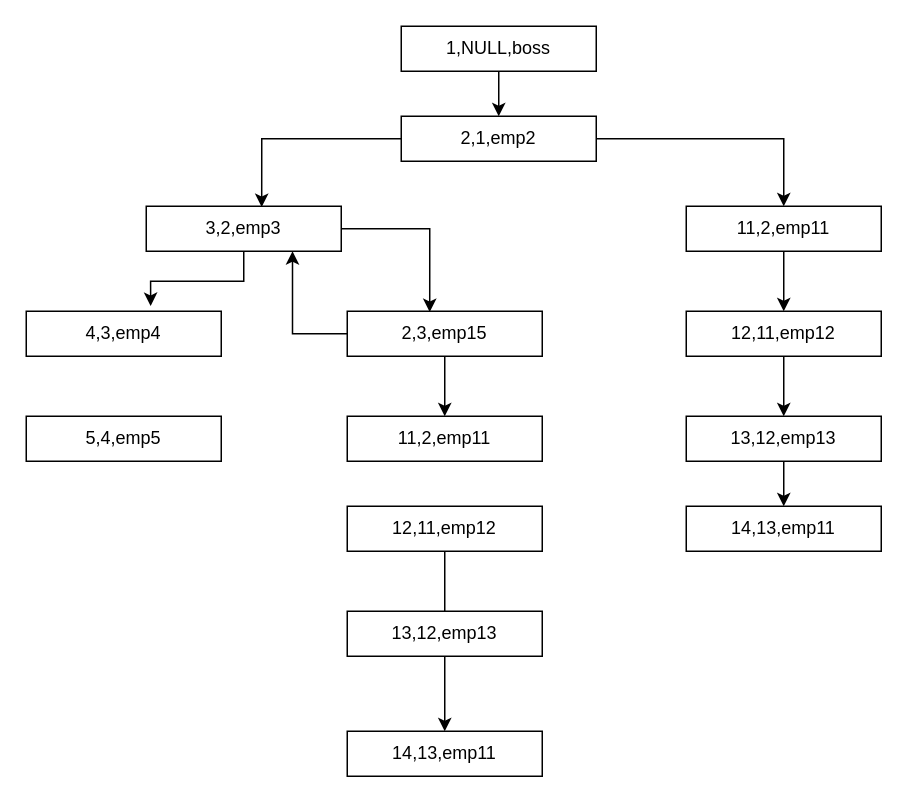
Earlier version of the draw.io diagram 未命名绘图.drawio (Heoric/data-structure). Source tidied: cells renumbered, new cells numbered last; positions are measured from the earlier drawing's top-left corner, leaving out a move shared by most shapes. Both pictures are drawn from the tidied source at 150%, with x=0, y=0 at pixel (26, 26).
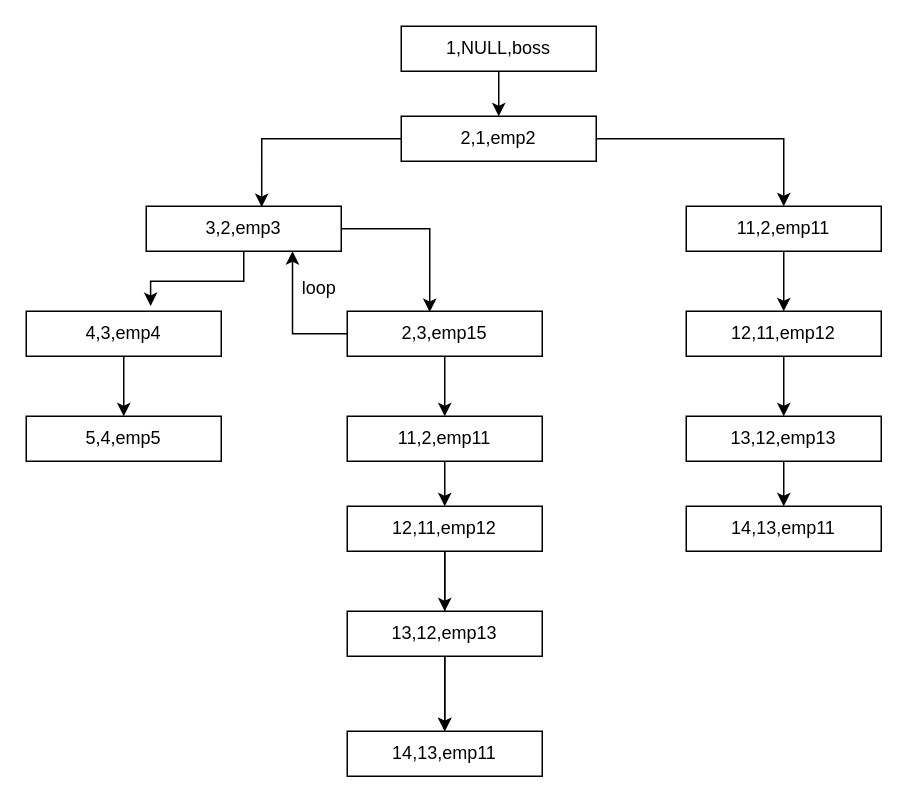
After the change.

Commit message (it also covers changes not shown here):
更新未命名绘图.drawio

Unchanged cells that the change refers to:
```xml
<mxCell id="15" value="4,3,emp4" style="rounded=0;whiteSpace=wrap;html=1;" parent="1" vertex="1">
  <mxGeometry y="190" width="130" height="30" as="geometry" />
</mxCell>
<mxCell id="16" value="5,4,emp5" style="rounded=0;whiteSpace=wrap;html=1;" parent="1" vertex="1">
  <mxGeometry y="260" width="130" height="30" as="geometry" />
</mxCell>
<mxCell id="23" value="11,2,emp11" style="rounded=0;whiteSpace=wrap;html=1;" parent="1" vertex="1">
  <mxGeometry x="214" y="260" width="130" height="30" as="geometry" />
</mxCell>
<mxCell id="25" value="12,11,emp12" style="rounded=0;whiteSpace=wrap;html=1;" parent="1" vertex="1">
  <mxGeometry x="214" y="320" width="130" height="30" as="geometry" />
</mxCell>
<mxCell id="26" value="13,12,emp13" style="rounded=0;whiteSpace=wrap;html=1;" parent="1" vertex="1">
  <mxGeometry x="214" y="390" width="130" height="30" as="geometry" />
</mxCell>
<mxCell id="27" value="14,13,emp11" style="rounded=0;whiteSpace=wrap;html=1;" parent="1" vertex="1">
  <mxGeometry x="214" y="470" width="130" height="30" as="geometry" />
</mxCell>
```

The edit, as a diff of the source:
```diff
@@
+    <mxCell id="28" style="edgeStyle=orthogonalEdgeStyle;rounded=0;jettySize=auto;html=1;exitX=0.5;exitY=1;exitDx=0;exitDy=0;entryX=0.5;entryY=0;entryDx=0;entryDy=0;" parent="1" edge="1" source="15" target="16">
+      <mxGeometry relative="1" as="geometry" />
+    </mxCell>
@@
+    <mxCell id="29" style="edgeStyle=orthogonalEdgeStyle;rounded=0;jettySize=auto;html=1;exitX=0.5;exitY=1;exitDx=0;exitDy=0;entryX=0.5;entryY=0;entryDx=0;entryDy=0;" parent="1" edge="1" source="23" target="25">
+      <mxGeometry relative="1" as="geometry" />
+    </mxCell>
@@
+    <mxCell id="30" style="edgeStyle=orthogonalEdgeStyle;rounded=0;jettySize=auto;html=1;exitX=0.5;exitY=1;exitDx=0;exitDy=0;" parent="1" edge="1" source="25">
+      <mxGeometry relative="1" as="geometry">
+        <mxPoint x="279" y="390" as="targetPoint" />
+      </mxGeometry>
+    </mxCell>
@@
+    <mxCell id="31" style="edgeStyle=orthogonalEdgeStyle;rounded=0;jettySize=auto;html=1;" parent="1" edge="1" source="26" target="27">
+      <mxGeometry relative="1" as="geometry" />
+    </mxCell>
@@
+    <mxCell id="32" value="loop" style="text;html=1;align=center;verticalAlign=middle;strokeColor=none;fillColor=none;" parent="1" vertex="1">
+      <mxGeometry x="170" y="160" width="50" height="30" as="geometry" />
+    </mxCell>
```
